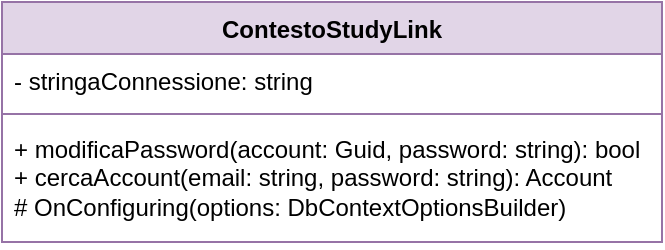
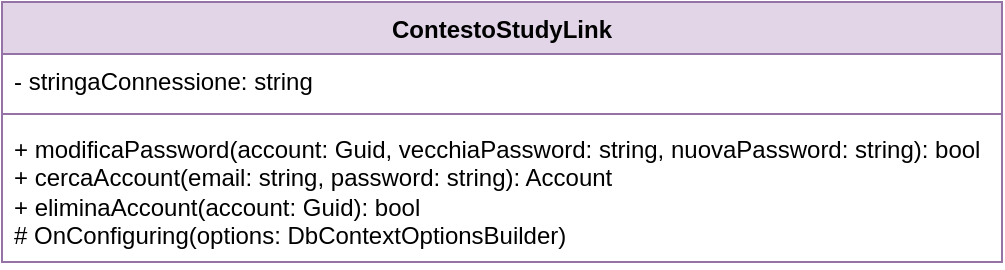
<mxfile host="app.diagrams.net">
  <diagram name="Pagina-1" id="8r4BmNBBX1-EZWH5NGrb">
-     <mxGraphModel dx="873" dy="365" grid="1" gridSize="10" guides="1" tooltips="1" connect="1" arrows="1" fold="1" page="1" pageScale="1" pageWidth="850" pageHeight="1100" math="0" shadow="0">
+     <mxGraphModel dx="1427" dy="677" grid="1" gridSize="10" guides="1" tooltips="1" connect="1" arrows="1" fold="1" page="1" pageScale="1" pageWidth="850" pageHeight="1100" math="0" shadow="0">
      <root>
        <mxCell id="0" />
        <mxCell id="1" parent="0" />
        <mxCell id="AisJ3DNRJEU2yqXbLLmX-1" parent="1" style="swimlane;fontStyle=1;align=center;verticalAlign=top;childLayout=stackLayout;horizontal=1;startSize=26;horizontalStack=0;resizeParent=1;resizeParentMax=0;resizeLast=0;collapsible=1;marginBottom=0;whiteSpace=wrap;html=1;fillColor=#e1d5e7;strokeColor=#9673a6;" value="ContestoStudyLink" vertex="1">
-           <mxGeometry height="120" width="330" x="230" y="130" as="geometry" />
+           <mxGeometry height="130" width="500" x="230" y="130" as="geometry" />
        </mxCell>
        <mxCell id="AisJ3DNRJEU2yqXbLLmX-2" parent="AisJ3DNRJEU2yqXbLLmX-1" style="text;strokeColor=none;fillColor=none;align=left;verticalAlign=top;spacingLeft=4;spacingRight=4;overflow=hidden;rotatable=0;points=[[0,0.5],[1,0.5]];portConstraint=eastwest;whiteSpace=wrap;html=1;" value="- stringaConnessione: string" vertex="1">
-           <mxGeometry height="26" width="330" y="26" as="geometry" />
+           <mxGeometry height="26" width="500" y="26" as="geometry" />
        </mxCell>
        <mxCell id="AisJ3DNRJEU2yqXbLLmX-3" parent="AisJ3DNRJEU2yqXbLLmX-1" style="line;strokeWidth=1;fillColor=none;align=left;verticalAlign=middle;spacingTop=-1;spacingLeft=3;spacingRight=3;rotatable=0;labelPosition=right;points=[];portConstraint=eastwest;strokeColor=inherit;" value="" vertex="1">
-           <mxGeometry height="8" width="330" y="52" as="geometry" />
+           <mxGeometry height="8" width="500" y="52" as="geometry" />
        </mxCell>
-         <mxCell id="AisJ3DNRJEU2yqXbLLmX-4" parent="AisJ3DNRJEU2yqXbLLmX-1" style="text;strokeColor=none;fillColor=none;align=left;verticalAlign=top;spacingLeft=4;spacingRight=4;overflow=hidden;rotatable=0;points=[[0,0.5],[1,0.5]];portConstraint=eastwest;whiteSpace=wrap;html=1;" value="&lt;div&gt;+ modificaPassword(account: Guid, password: string): bool&lt;/div&gt;&lt;div&gt;+ cercaAccount(email: string, password: string): Account&lt;/div&gt;&lt;div&gt;# OnConfiguring(options: DbContextOptionsBuilder)&lt;/div&gt;" vertex="1">
-           <mxGeometry height="60" width="330" y="60" as="geometry" />
+         <mxCell id="AisJ3DNRJEU2yqXbLLmX-4" parent="AisJ3DNRJEU2yqXbLLmX-1" style="text;strokeColor=none;fillColor=none;align=left;verticalAlign=top;spacingLeft=4;spacingRight=4;overflow=hidden;rotatable=0;points=[[0,0.5],[1,0.5]];portConstraint=eastwest;whiteSpace=wrap;html=1;" value="&lt;div&gt;+ modificaPassword(account: Guid, vecchiaPassword: string, nuovaPassword: string): bool&lt;/div&gt;&lt;div&gt;+ cercaAccount(email: string, password: string): Account&lt;/div&gt;&lt;div&gt;+ eliminaAccount(account: Guid): bool&lt;/div&gt;&lt;div&gt;# OnConfiguring(options: DbContextOptionsBuilder)&lt;/div&gt;" vertex="1">
+           <mxGeometry height="70" width="500" y="60" as="geometry" />
        </mxCell>
      </root>
    </mxGraphModel>
  </diagram>
</mxfile>
